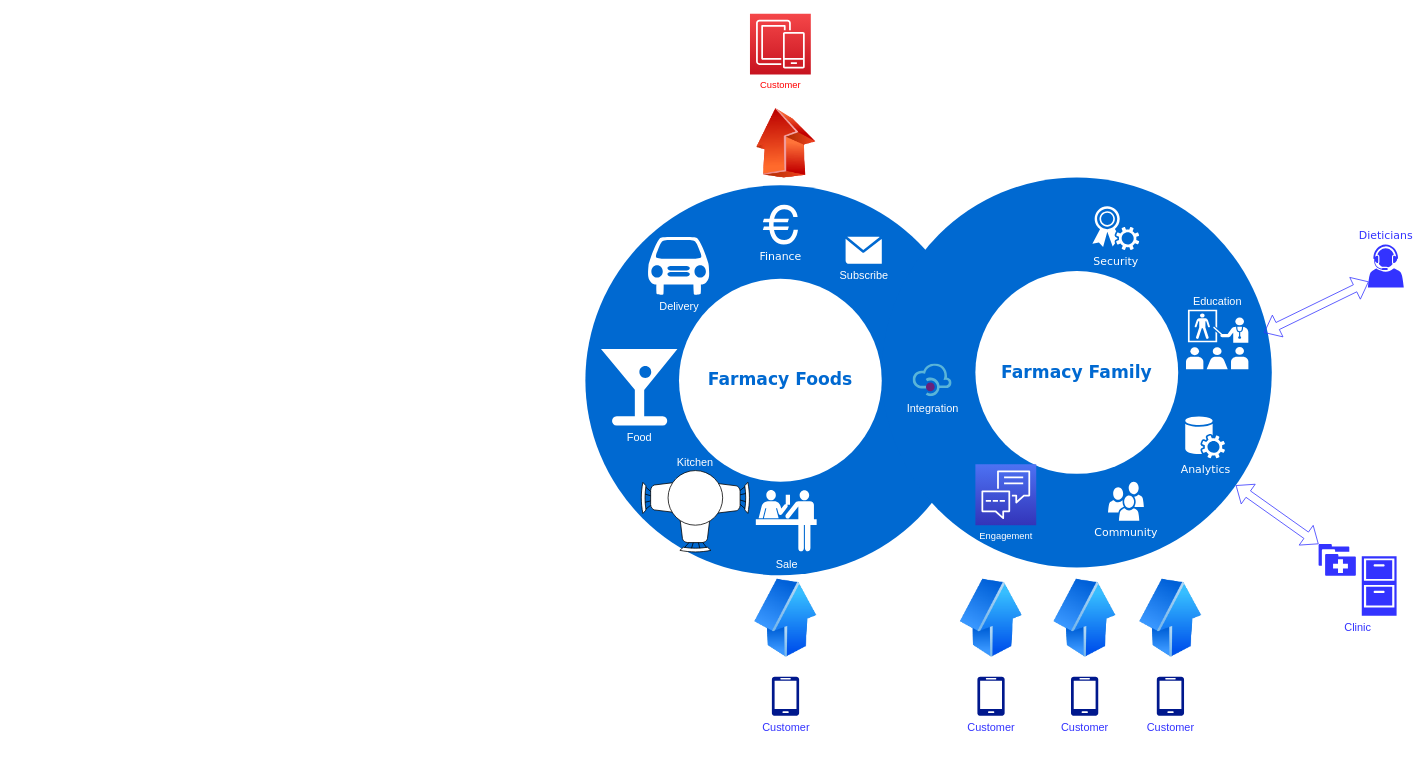
Above: analysis/marketecture.drawio in sakosy/arch_katas_2021 (draw.io), before the change. Source tidied: cells renumbered, new cells numbered last; positions are measured from the earlier drawing's top-left corner, leaving out a move shared by most shapes. Both pictures are drawn from the tidied source at 78%, with x=0, y=0 at pixel (585, 13).
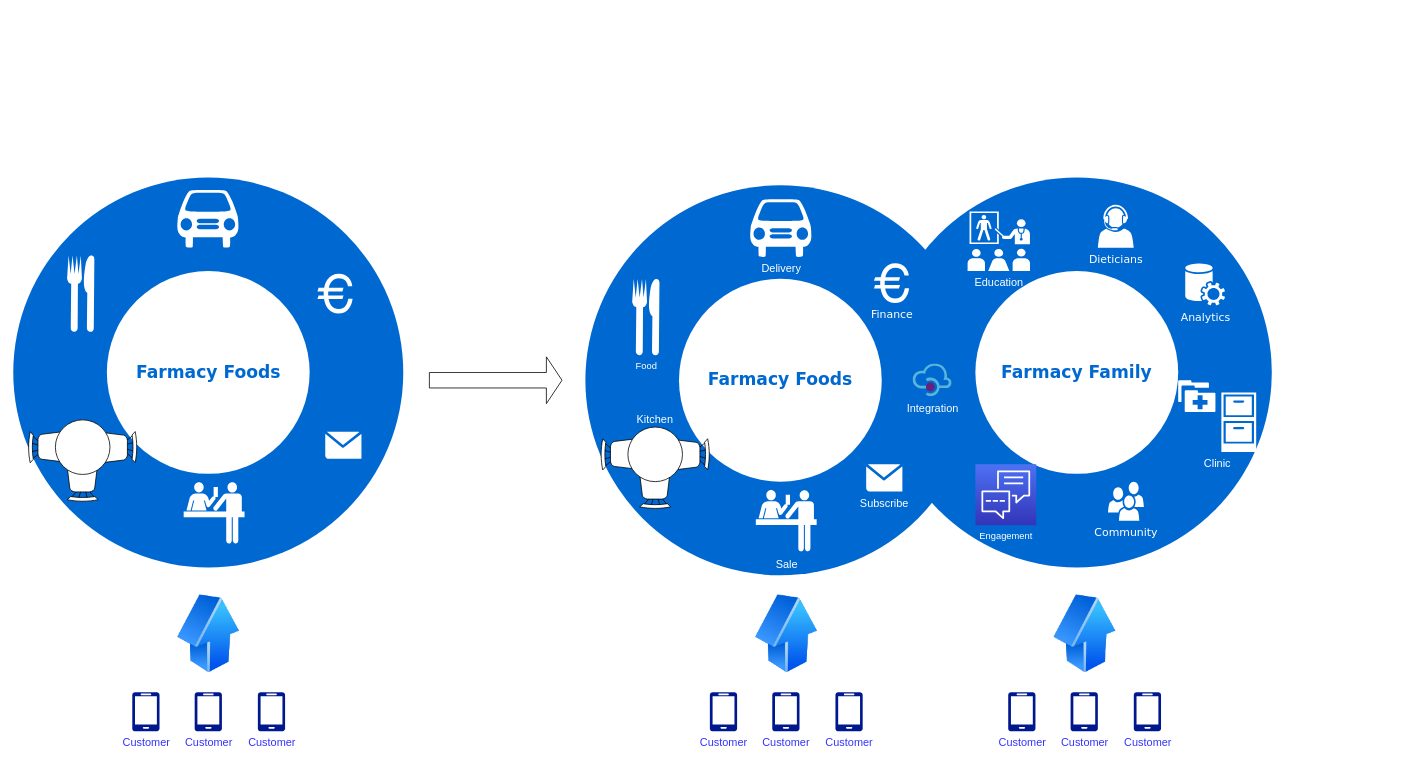
After the change.

Commit message (it also covers changes not shown here):
Marketecture has been fixed

The change refers to these unchanged cells:
```xml
<mxCell id="5" style="ellipse;whiteSpace=wrap;html=1;rounded=0;shadow=0;comic=0;strokeWidth=1;fontFamily=Verdana;fontSize=14;strokeColor=none;fillColor=#0069D1;" parent="1" vertex="1">
  <mxGeometry x="380" y="210" width="500" height="500" as="geometry" />
</mxCell>
```

What changed in the source:
```diff
@@
-    <mxCell id="4" value="Finance" style="shape=mxgraph.signs.travel.euro;html=1;fillColor=#ffffff;strokeColor=none;verticalLabelPosition=bottom;verticalAlign=top;align=center;rounded=0;shadow=0;dashed=0;comic=0;fontFamily=Verdana;fontSize=14;fontColor=#FFFFFF;" parent="1" vertex="1">
-      <mxGeometry x="227.5" y="245" width="45" height="51" as="geometry" />
-    </mxCell>
@@
-    <mxCell id="8" value="&lt;font color=&quot;#3333ff&quot;&gt;Dieticians&lt;/font&gt;" style="shadow=0;dashed=0;html=1;strokeColor=none;fillColor=#3333FF;labelPosition=center;verticalLabelPosition=top;verticalAlign=bottom;shape=mxgraph.office.users.call_center_agent;rounded=0;comic=0;fontFamily=Verdana;fontSize=14;fontColor=#FFFFFF;align=center;" parent="1" vertex="1">
-      <mxGeometry x="1003.2" y="296" width="46" height="55" as="geometry" />
+    <mxCell id="8" value="&lt;font&gt;Dieticians&lt;/font&gt;" style="shadow=0;dashed=0;html=1;strokeColor=none;fillColor=#FFFFFF;labelPosition=center;verticalLabelPosition=bottom;verticalAlign=top;shape=mxgraph.office.users.call_center_agent;rounded=0;comic=0;fontFamily=Verdana;fontSize=14;fontColor=#FFFFFF;align=center;" parent="1" vertex="1">
+      <mxGeometry x="657" y="245" width="46" height="55" as="geometry" />
     </mxCell>
     <mxCell id="9" value="Analytics" style="shadow=0;dashed=0;html=1;strokeColor=none;fillColor=#ffffff;labelPosition=center;verticalLabelPosition=bottom;verticalAlign=top;shape=mxgraph.office.services.central_management_service;rounded=0;comic=0;fontFamily=Verdana;fontSize=14;fontColor=#FFFFFF;" parent="1" vertex="1">
-      <mxGeometry x="769" y="516" width="51" height="54" as="geometry" />
+      <mxGeometry x="769" y="320" width="51" height="54" as="geometry" />
     </mxCell>
-    <mxCell id="10" value="Security" style="shadow=0;dashed=0;html=1;strokeColor=none;fillColor=#ffffff;labelPosition=center;verticalLabelPosition=bottom;verticalAlign=top;shape=mxgraph.office.security.token_service;rounded=0;comic=0;fontFamily=Verdana;fontSize=14;fontColor=#FFFFFF;" parent="1" vertex="1">
-      <mxGeometry x="650" y="247" width="60" height="56" as="geometry" />
-    </mxCell>
-    <mxCell id="11" style="shape=flexArrow;endArrow=classic;startArrow=classic;html=1;fontColor=#3333FF;entryX=0.024;entryY=0.865;entryDx=0;entryDy=0;entryPerimeter=0;strokeColor=#3333FF;" parent="1" edge="1" target="8">
-      <mxGeometry relative="1" as="geometry">
-        <mxPoint x="870" y="409" as="sourcePoint" />
-      </mxGeometry>
-    </mxCell>
-    <mxCell id="12" value="Education" style="shape=mxgraph.signs.healthcare.health_education;html=1;fillColor=#FFFFFF;strokeColor=none;verticalLabelPosition=top;verticalAlign=bottom;align=center;fontSize=14;fontColor=#FFFFFF;labelPosition=center;" parent="1" vertex="1">
-      <mxGeometry x="770" y="379.5" width="80" height="76.5" as="geometry" />
+    <mxCell id="12" value="Education" style="shape=mxgraph.signs.healthcare.health_education;html=1;fillColor=#FFFFFF;strokeColor=none;verticalLabelPosition=bottom;verticalAlign=top;align=center;fontSize=14;fontColor=#FFFFFF;labelPosition=center;" parent="1" vertex="1">
+      <mxGeometry x="490" y="253.5" width="80" height="76.5" as="geometry" />
     </mxCell>
@@
-    <mxCell id="14" value="Food" style="shape=mxgraph.signs.food.bar;html=1;fillColor=#FFFFFF;strokeColor=none;verticalLabelPosition=bottom;verticalAlign=top;align=center;labelBackgroundColor=none;fontSize=14;fontColor=#FFFFFF;" parent="1" vertex="1">
-      <mxGeometry x="20" y="430" width="98" height="98" as="geometry" />
-    </mxCell>
     <mxCell id="15" value="Delivery" style="shape=mxgraph.signs.transportation.car_1;html=1;fillColor=#FFFFFF;strokeColor=none;verticalLabelPosition=bottom;verticalAlign=top;align=center;labelBackgroundColor=none;fontSize=14;fontColor=#FFFFFF;" parent="1" vertex="1">
-      <mxGeometry x="80" y="286.5" width="79" height="74" as="geometry" />
+      <mxGeometry x="211" y="238" width="79" height="74" as="geometry" />
     </mxCell>
     <mxCell id="16" style="verticalLabelPosition=bottom;html=1;verticalAlign=top;align=center;shape=mxgraph.floorplan.chair;shadow=0;direction=west;labelBackgroundColor=none;strokeColor=#000000;fillColor=#FFFFFF;fontSize=14;fontColor=#FFFFFF;" parent="1" vertex="1">
-      <mxGeometry x="121" y="638.8" width="40" height="52" as="geometry" />
+      <mxGeometry x="69.5" y="583" width="40" height="52" as="geometry" />
     </mxCell>
     <mxCell id="17" style="verticalLabelPosition=bottom;html=1;verticalAlign=top;align=center;shape=mxgraph.floorplan.chair;shadow=0;direction=north;labelBackgroundColor=none;strokeColor=#000000;fillColor=#FFFFFF;fontSize=14;fontColor=#FFFFFF;" parent="1" vertex="1">
-      <mxGeometry x="71" y="600.8" width="52" height="40" as="geometry" />
+      <mxGeometry x="19.5" y="545" width="52" height="40" as="geometry" />
     </mxCell>
     <mxCell id="18" style="verticalLabelPosition=bottom;html=1;verticalAlign=top;align=center;shape=mxgraph.floorplan.chair;shadow=0;direction=south;labelBackgroundColor=none;strokeColor=#000000;fillColor=#FFFFFF;fontSize=14;fontColor=#FFFFFF;" parent="1" vertex="1">
-      <mxGeometry x="159" y="600.8" width="52" height="40" as="geometry" />
+      <mxGeometry x="107.5" y="545" width="52" height="40" as="geometry" />
     </mxCell>
     <mxCell id="19" value="Kitchen" style="shape=ellipse;shadow=0;labelBackgroundColor=none;strokeColor=#000000;fillColor=#FFFFFF;fontSize=14;fontColor=#FFFFFF;labelPosition=center;verticalLabelPosition=top;align=center;verticalAlign=bottom;" parent="1" vertex="1">
-      <mxGeometry x="106" y="585.8" width="70" height="70" as="geometry" />
+      <mxGeometry x="54.5" y="530" width="70" height="70" as="geometry" />
     </mxCell>
@@
     <mxCell id="22" style="image;html=1;labelBackgroundColor=#ffffff;image=img/lib/clip_art/finance/Arrow_Up_128x128.png;strokeColor=#000000;fillColor=#FFFFFF;fontSize=14;fontColor=#FFFFFF;" parent="1" vertex="1">
-      <mxGeometry x="216.5" y="700" width="80" height="150" as="geometry" />
+      <mxGeometry x="217.5" y="720" width="80" height="150" as="geometry" />
     </mxCell>
-    <mxCell id="23" style="image;html=1;labelBackgroundColor=#ffffff;image=img/lib/clip_art/finance/Arrow_Down_128x128.png;strokeColor=#000000;fillColor=#FFFFFF;fontSize=14;fontColor=#FFFFFF;direction=west;" parent="1" vertex="1">
-      <mxGeometry x="216.5" y="120" width="80" height="90" as="geometry" />
-    </mxCell>
-    <mxCell id="24" value="Customer" style="shadow=0;dashed=0;html=1;strokeColor=none;labelPosition=center;verticalLabelPosition=bottom;verticalAlign=top;align=center;fillColor=#00188D;shape=mxgraph.azure.mobile;labelBackgroundColor=none;fontSize=14;fontColor=#3333FF;" parent="1" vertex="1">
-      <mxGeometry x="239" y="850" width="35" height="50" as="geometry" />
-    </mxCell>
-    <mxCell id="25" value="Customer" style="fontColor=#FF0000;gradientColor=#F54749;gradientDirection=north;fillColor=#C7131F;strokeColor=#ffffff;dashed=0;verticalLabelPosition=bottom;verticalAlign=top;align=center;html=1;fontSize=12;fontStyle=0;shape=mxgraph.aws4.resourceIcon;resIcon=mxgraph.aws4.mobile;labelBackgroundColor=none;" parent="1" vertex="1">
-      <mxGeometry x="211" width="78" height="78" as="geometry" />
-    </mxCell>
-    <mxCell id="26" value="Clinic" style="shape=mxgraph.signs.healthcare.medical_records;html=1;fillColor=#3333FF;strokeColor=none;verticalLabelPosition=bottom;verticalAlign=top;align=center;fontColor=#3333FF;labelPosition=center;fontSize=14;" parent="1" vertex="1">
-      <mxGeometry x="940" y="680" width="100" height="92" as="geometry" />
+    <mxCell id="26" value="Clinic" style="shape=mxgraph.signs.healthcare.medical_records;html=1;fillColor=#FFFFFF;strokeColor=none;verticalLabelPosition=bottom;verticalAlign=top;align=center;fontColor=#FFFFFF;labelPosition=center;fontSize=14;" parent="1" vertex="1">
+      <mxGeometry x="760" y="470" width="100" height="92" as="geometry" />
     </mxCell>
-    <mxCell id="27" style="shape=flexArrow;endArrow=classic;startArrow=classic;html=1;fontColor=#3333FF;strokeColor=#3333FF;entryX=0;entryY=0;entryDx=0;entryDy=0;entryPerimeter=0;" parent="1" edge="1" source="5" target="26">
-      <mxGeometry relative="1" as="geometry" />
-    </mxCell>
     <mxCell id="28" value="Subscribe" style="shadow=0;dashed=0;html=1;strokeColor=none;fillColor=#FFFFFF;labelPosition=center;verticalLabelPosition=bottom;verticalAlign=top;align=center;shape=mxgraph.veeam.2d.letter;labelBackgroundColor=none;fontSize=14;fontColor=#FFFFFF;" parent="1" vertex="1">
-      <mxGeometry x="333.6" y="286" width="46.4" height="34.8" as="geometry" />
+      <mxGeometry x="360" y="577.8" width="46.4" height="34.8" as="geometry" />
     </mxCell>
-    <mxCell id="29" style="image;html=1;labelBackgroundColor=#ffffff;image=img/lib/clip_art/finance/Arrow_Up_128x128.png;strokeColor=#000000;fillColor=#FFFFFF;fontSize=14;fontColor=#FFFFFF;" parent="1" vertex="1">
-      <mxGeometry x="480" y="700" width="80" height="150" as="geometry" />
-    </mxCell>
-    <mxCell id="30" value="Customer" style="shadow=0;dashed=0;html=1;strokeColor=none;labelPosition=center;verticalLabelPosition=bottom;verticalAlign=top;align=center;fillColor=#00188D;shape=mxgraph.azure.mobile;labelBackgroundColor=none;fontSize=14;fontColor=#3333FF;" parent="1" vertex="1">
-      <mxGeometry x="502.5" y="850" width="35" height="50" as="geometry" />
-    </mxCell>
     <mxCell id="31" style="image;html=1;labelBackgroundColor=#ffffff;image=img/lib/clip_art/finance/Arrow_Up_128x128.png;strokeColor=#000000;fillColor=#FFFFFF;fontSize=14;fontColor=#FFFFFF;" parent="1" vertex="1">
-      <mxGeometry x="600" y="700" width="80" height="150" as="geometry" />
+      <mxGeometry x="600" y="720" width="80" height="150" as="geometry" />
     </mxCell>
-    <mxCell id="32" value="Customer" style="shadow=0;dashed=0;html=1;strokeColor=none;labelPosition=center;verticalLabelPosition=bottom;verticalAlign=top;align=center;fillColor=#00188D;shape=mxgraph.azure.mobile;labelBackgroundColor=none;fontSize=14;fontColor=#3333FF;" parent="1" vertex="1">
-      <mxGeometry x="622.5" y="850" width="35" height="50" as="geometry" />
-    </mxCell>
-    <mxCell id="33" style="image;html=1;labelBackgroundColor=#ffffff;image=img/lib/clip_art/finance/Arrow_Up_128x128.png;strokeColor=#000000;fillColor=#FFFFFF;fontSize=14;fontColor=#FFFFFF;" parent="1" vertex="1">
-      <mxGeometry x="710" y="700" width="80" height="150" as="geometry" />
-    </mxCell>
-    <mxCell id="34" value="Customer" style="shadow=0;dashed=0;html=1;strokeColor=none;labelPosition=center;verticalLabelPosition=bottom;verticalAlign=top;align=center;fillColor=#00188D;shape=mxgraph.azure.mobile;labelBackgroundColor=none;fontSize=14;fontColor=#3333FF;" parent="1" vertex="1">
-      <mxGeometry x="732.5" y="850" width="35" height="50" as="geometry" />
-    </mxCell>
+    <mxCell id="35" style="ellipse;whiteSpace=wrap;html=1;rounded=0;shadow=0;comic=0;strokeWidth=1;fontFamily=Verdana;fontSize=14;strokeColor=none;fillColor=#0069D1;" parent="1" vertex="1">
+      <mxGeometry x="-733.5" y="210" width="500" height="500" as="geometry" />
+    </mxCell>
+    <mxCell id="36" value="Farmacy Foods" style="ellipse;whiteSpace=wrap;html=1;rounded=0;shadow=0;comic=0;strokeWidth=1;fontFamily=Verdana;fontSize=22;strokeColor=none;fillColor=#ffffff;fontColor=#0069D1;fontStyle=1;" parent="1" vertex="1">
+      <mxGeometry x="-613.5" y="330" width="260" height="260" as="geometry" />
+    </mxCell>
+    <mxCell id="37" style="shape=mxgraph.signs.travel.euro;html=1;fillColor=#ffffff;strokeColor=none;verticalLabelPosition=bottom;verticalAlign=top;align=center;rounded=0;shadow=0;dashed=0;comic=0;fontFamily=Verdana;fontSize=14;fontColor=#FFFFFF;" parent="1" vertex="1">
+      <mxGeometry x="-343.5" y="333.5" width="45" height="51" as="geometry" />
+    </mxCell>
+    <mxCell id="38" style="shape=mxgraph.signs.transportation.car_1;html=1;fillColor=#FFFFFF;strokeColor=none;verticalLabelPosition=bottom;verticalAlign=top;align=center;labelBackgroundColor=none;fontSize=14;fontColor=#FFFFFF;" parent="1" vertex="1">
+      <mxGeometry x="-523.5" y="226" width="79" height="74" as="geometry" />
+    </mxCell>
+    <mxCell id="39" style="verticalLabelPosition=bottom;html=1;verticalAlign=top;align=center;shape=mxgraph.floorplan.chair;shadow=0;direction=west;labelBackgroundColor=none;strokeColor=#000000;fillColor=#FFFFFF;fontSize=14;fontColor=#FFFFFF;" parent="1" vertex="1">
+      <mxGeometry x="-664.5" y="573.8" width="40" height="52" as="geometry" />
+    </mxCell>
+    <mxCell id="40" style="verticalLabelPosition=bottom;html=1;verticalAlign=top;align=center;shape=mxgraph.floorplan.chair;shadow=0;direction=north;labelBackgroundColor=none;strokeColor=#000000;fillColor=#FFFFFF;fontSize=14;fontColor=#FFFFFF;" parent="1" vertex="1">
+      <mxGeometry x="-714.5" y="535.8" width="52" height="40" as="geometry" />
+    </mxCell>
+    <mxCell id="41" style="verticalLabelPosition=bottom;html=1;verticalAlign=top;align=center;shape=mxgraph.floorplan.chair;shadow=0;direction=south;labelBackgroundColor=none;strokeColor=#000000;fillColor=#FFFFFF;fontSize=14;fontColor=#FFFFFF;" parent="1" vertex="1">
+      <mxGeometry x="-626.5" y="535.8" width="52" height="40" as="geometry" />
+    </mxCell>
+    <mxCell id="42" style="shape=ellipse;shadow=0;labelBackgroundColor=none;strokeColor=#000000;fillColor=#FFFFFF;fontSize=14;fontColor=#FFFFFF;labelPosition=center;verticalLabelPosition=top;align=center;verticalAlign=bottom;" parent="1" vertex="1">
+      <mxGeometry x="-679.5" y="520.8" width="70" height="70" as="geometry" />
+    </mxCell>
+    <mxCell id="43" style="shape=mxgraph.signs.travel.ticket_purchase;html=1;fillColor=#FFFFFF;strokeColor=none;verticalLabelPosition=bottom;verticalAlign=top;align=center;labelBackgroundColor=none;fontSize=14;fontColor=#FFFFFF;" parent="1" vertex="1">
+      <mxGeometry x="-515" y="600.8" width="78" height="80" as="geometry" />
+    </mxCell>
+    <mxCell id="44" style="image;html=1;labelBackgroundColor=#ffffff;image=img/lib/clip_art/finance/Arrow_Up_128x128.png;strokeColor=#000000;fillColor=#FFFFFF;fontSize=14;fontColor=#FFFFFF;" parent="1" vertex="1">
+      <mxGeometry x="-523.5" y="720" width="80" height="150" as="geometry" />
+    </mxCell>
+    <mxCell id="45" value="Customer" style="shadow=0;dashed=0;html=1;strokeColor=none;labelPosition=center;verticalLabelPosition=bottom;verticalAlign=top;align=center;fillColor=#00188D;shape=mxgraph.azure.mobile;labelBackgroundColor=none;fontSize=14;fontColor=#3333FF;" parent="1" vertex="1">
+      <mxGeometry x="-501" y="870" width="35" height="50" as="geometry" />
+    </mxCell>
+    <mxCell id="46" style="shadow=0;dashed=0;html=1;strokeColor=none;fillColor=#FFFFFF;labelPosition=center;verticalLabelPosition=bottom;verticalAlign=top;align=center;shape=mxgraph.veeam.2d.letter;labelBackgroundColor=none;fontSize=14;fontColor=#FFFFFF;" parent="1" vertex="1">
+      <mxGeometry x="-333.5" y="536" width="46.4" height="34.8" as="geometry" />
+    </mxCell>
+    <mxCell id="47" style="shape=mxgraph.signs.food.restaurant_1;html=1;fillColor=#FFFFFF;strokeColor=none;verticalLabelPosition=bottom;verticalAlign=top;align=center;fontColor=#FFFFFF;" parent="1" vertex="1">
+      <mxGeometry x="-664.5" y="310" width="35" height="98" as="geometry" />
+    </mxCell>
+    <mxCell id="48" value="Customer" style="shadow=0;dashed=0;html=1;strokeColor=none;labelPosition=center;verticalLabelPosition=bottom;verticalAlign=top;align=center;fillColor=#00188D;shape=mxgraph.azure.mobile;labelBackgroundColor=none;fontSize=14;fontColor=#3333FF;" parent="1" vertex="1">
+      <mxGeometry x="-420" y="870" width="35" height="50" as="geometry" />
+    </mxCell>
+    <mxCell id="49" value="Customer" style="shadow=0;dashed=0;html=1;strokeColor=none;labelPosition=center;verticalLabelPosition=bottom;verticalAlign=top;align=center;fillColor=#00188D;shape=mxgraph.azure.mobile;labelBackgroundColor=none;fontSize=14;fontColor=#3333FF;" parent="1" vertex="1">
+      <mxGeometry x="-581" y="870" width="35" height="50" as="geometry" />
+    </mxCell>
+    <mxCell id="50" value="Customer" style="shadow=0;dashed=0;html=1;strokeColor=none;labelPosition=center;verticalLabelPosition=bottom;verticalAlign=top;align=center;fillColor=#00188D;shape=mxgraph.azure.mobile;labelBackgroundColor=none;fontSize=14;fontColor=#3333FF;" parent="1" vertex="1">
+      <mxGeometry x="239.5" y="870" width="35" height="50" as="geometry" />
+    </mxCell>
+    <mxCell id="51" value="Customer" style="shadow=0;dashed=0;html=1;strokeColor=none;labelPosition=center;verticalLabelPosition=bottom;verticalAlign=top;align=center;fillColor=#00188D;shape=mxgraph.azure.mobile;labelBackgroundColor=none;fontSize=14;fontColor=#3333FF;" parent="1" vertex="1">
+      <mxGeometry x="320.5" y="870" width="35" height="50" as="geometry" />
+    </mxCell>
+    <mxCell id="52" value="Customer" style="shadow=0;dashed=0;html=1;strokeColor=none;labelPosition=center;verticalLabelPosition=bottom;verticalAlign=top;align=center;fillColor=#00188D;shape=mxgraph.azure.mobile;labelBackgroundColor=none;fontSize=14;fontColor=#3333FF;" parent="1" vertex="1">
+      <mxGeometry x="159.5" y="870" width="35" height="50" as="geometry" />
+    </mxCell>
+    <mxCell id="4" value="Finance" style="shape=mxgraph.signs.travel.euro;html=1;fillColor=#ffffff;strokeColor=none;verticalLabelPosition=bottom;verticalAlign=top;align=center;rounded=0;shadow=0;dashed=0;comic=0;fontFamily=Verdana;fontSize=14;fontColor=#FFFFFF;" parent="1" vertex="1">
+      <mxGeometry x="370" y="320" width="45" height="51" as="geometry" />
+    </mxCell>
+    <mxCell id="14" value="Food" style="shape=mxgraph.signs.food.restaurant_1;html=1;fillColor=#FFFFFF;strokeColor=none;verticalLabelPosition=bottom;verticalAlign=top;align=center;fontColor=#FFFFFF;" parent="1" vertex="1">
+      <mxGeometry x="60" y="340" width="35" height="98" as="geometry" />
+    </mxCell>
+    <mxCell id="53" value="Customer" style="shadow=0;dashed=0;html=1;strokeColor=none;labelPosition=center;verticalLabelPosition=bottom;verticalAlign=top;align=center;fillColor=#00188D;shape=mxgraph.azure.mobile;labelBackgroundColor=none;fontSize=14;fontColor=#3333FF;" parent="1" vertex="1">
+      <mxGeometry x="622" y="870" width="35" height="50" as="geometry" />
+    </mxCell>
+    <mxCell id="54" value="Customer" style="shadow=0;dashed=0;html=1;strokeColor=none;labelPosition=center;verticalLabelPosition=bottom;verticalAlign=top;align=center;fillColor=#00188D;shape=mxgraph.azure.mobile;labelBackgroundColor=none;fontSize=14;fontColor=#3333FF;" parent="1" vertex="1">
+      <mxGeometry x="703" y="870" width="35" height="50" as="geometry" />
+    </mxCell>
+    <mxCell id="55" value="Customer" style="shadow=0;dashed=0;html=1;strokeColor=none;labelPosition=center;verticalLabelPosition=bottom;verticalAlign=top;align=center;fillColor=#00188D;shape=mxgraph.azure.mobile;labelBackgroundColor=none;fontSize=14;fontColor=#3333FF;" parent="1" vertex="1">
+      <mxGeometry x="542" y="870" width="35" height="50" as="geometry" />
+    </mxCell>
+    <mxCell id="56" style="html=1;shadow=0;dashed=0;align=center;verticalAlign=middle;shape=mxgraph.arrows2.arrow;dy=0.67;dx=20;notch=0;fillColor=#FFFFFF;fontColor=#FFFFFF;" parent="1" vertex="1">
+      <mxGeometry x="-200" y="440" width="170" height="60" as="geometry" />
+    </mxCell>
```
